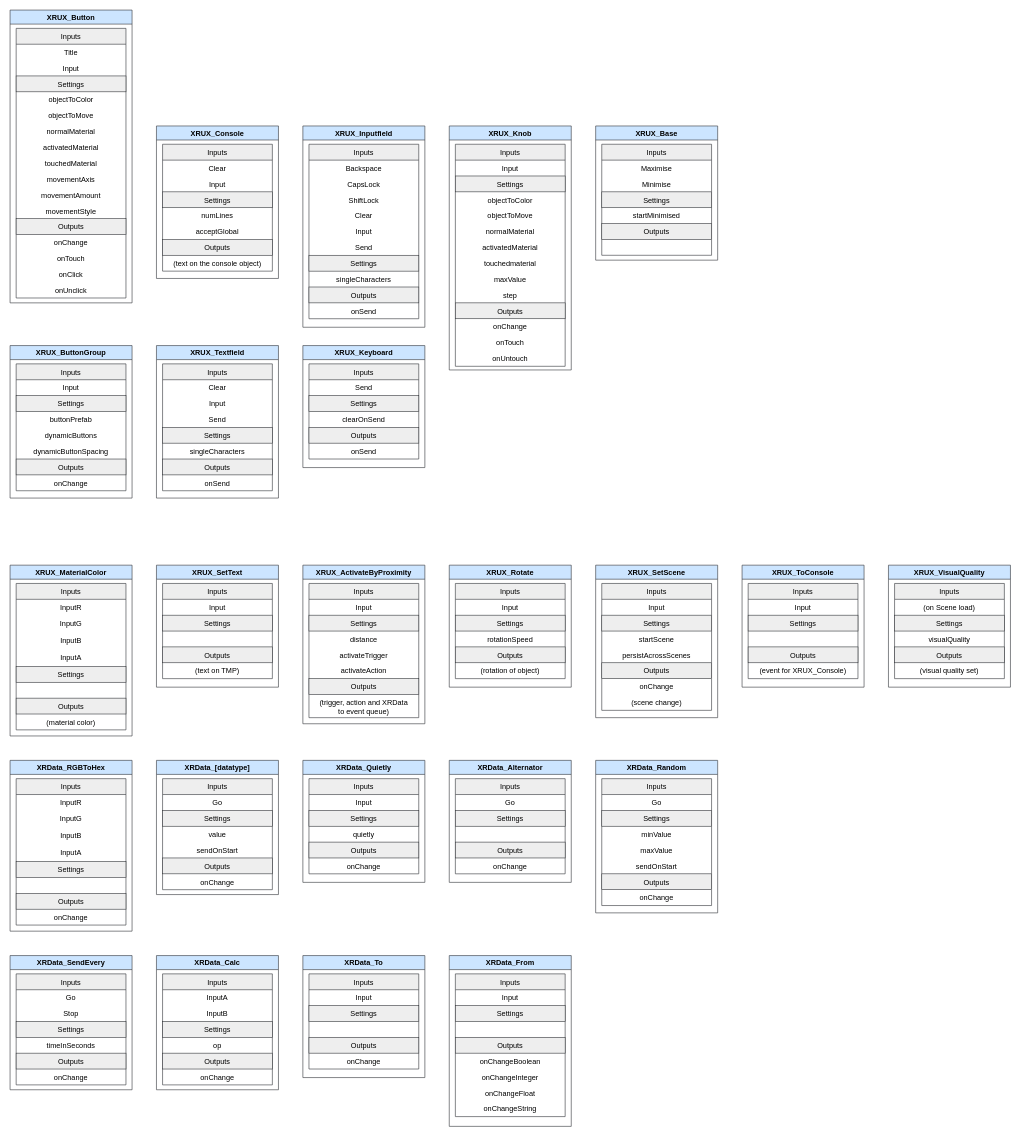
The draw.io diagram Unity OpenXR Base/Documentation/Examples/Templates.drawio in smart-digital-lab/openxr_ux_base, before the edit. Source tidied: cells renumbered, new cells numbered last; positions are measured from the earlier drawing's top-left corner, leaving out a move shared by most shapes. Both pictures are drawn from the tidied source at 61%, with x=0, y=0 at pixel (10, 10).
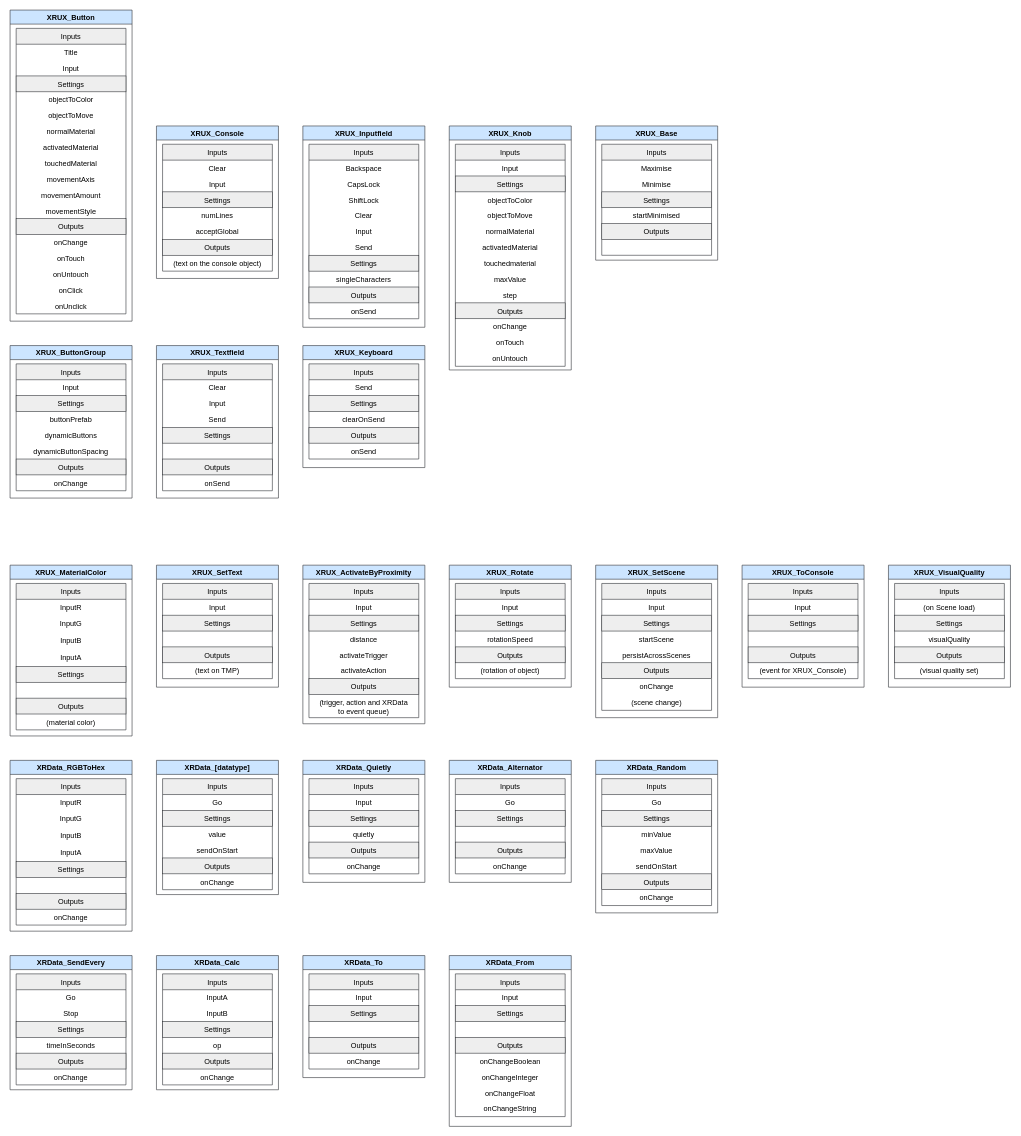
The same diagram, later.

Unchanged cells that the change refers to:
```xml
<mxCell id="66" value="Inputs" style="swimlane;fontStyle=0;horizontal=1;startSize=26;fillColor=#eeeeee;strokeColor=#36393d;perimeter=rectanglePerimeter;" parent="65" vertex="1">
  <mxGeometry x="10" y="30" width="180" height="208" as="geometry" />
</mxCell>
```

Change to the diagram source:
```diff
@@
     <mxCell id="2" value="XRUX_Button" style="swimlane;fillColor=#cce5ff;strokeColor=#36393d;" parent="1" vertex="1">
-      <mxGeometry width="200" height="480" as="geometry" />
+      <mxGeometry width="200" height="510" as="geometry" />
     </mxCell>
     <mxCell id="3" value="Inputs" style="swimlane;fontStyle=0;horizontal=1;startSize=26;fillColor=#eeeeee;strokeColor=#36393d;perimeter=rectanglePerimeter;" parent="2" vertex="1">
-      <mxGeometry x="10" y="30" width="180" height="442" as="geometry" />
+      <mxGeometry x="10" y="30" width="180" height="468" as="geometry" />
     </mxCell>
@@
+    <mxCell id="219" value="onUntouch" style="text;strokeColor=none;fillColor=none;align=center;verticalAlign=top;spacingLeft=4;spacingRight=4;overflow=hidden;imageAlign=center;" parent="3" vertex="1">
+      <mxGeometry y="390" width="180" height="26" as="geometry" />
+    </mxCell>
     <mxCell id="18" value="onClick" style="text;strokeColor=none;fillColor=none;align=center;verticalAlign=top;spacingLeft=4;spacingRight=4;overflow=hidden;imageAlign=center;" parent="3" vertex="1">
-      <mxGeometry y="390" width="180" height="26" as="geometry" />
+      <mxGeometry y="416" width="180" height="26" as="geometry" />
     </mxCell>
     <mxCell id="19" value="onUnclick" style="text;strokeColor=none;fillColor=none;align=center;verticalAlign=top;spacingLeft=4;spacingRight=4;overflow=hidden;imageAlign=center;" parent="3" vertex="1">
-      <mxGeometry y="416" width="180" height="26" as="geometry" />
+      <mxGeometry y="442" width="180" height="26" as="geometry" />
     </mxCell>
@@
-    <mxCell id="71" value="singleCharacters" style="text;strokeColor=none;fillColor=none;align=center;verticalAlign=top;spacingLeft=4;spacingRight=4;overflow=hidden;imageAlign=center;" parent="66" vertex="1">
+    <mxCell id="71" value=" " style="text;strokeColor=none;fillColor=none;align=center;verticalAlign=top;spacingLeft=4;spacingRight=4;overflow=hidden;imageAlign=center;" parent="66" vertex="1">
       <mxGeometry y="130" width="180" height="26" as="geometry" />
     </mxCell>
```
